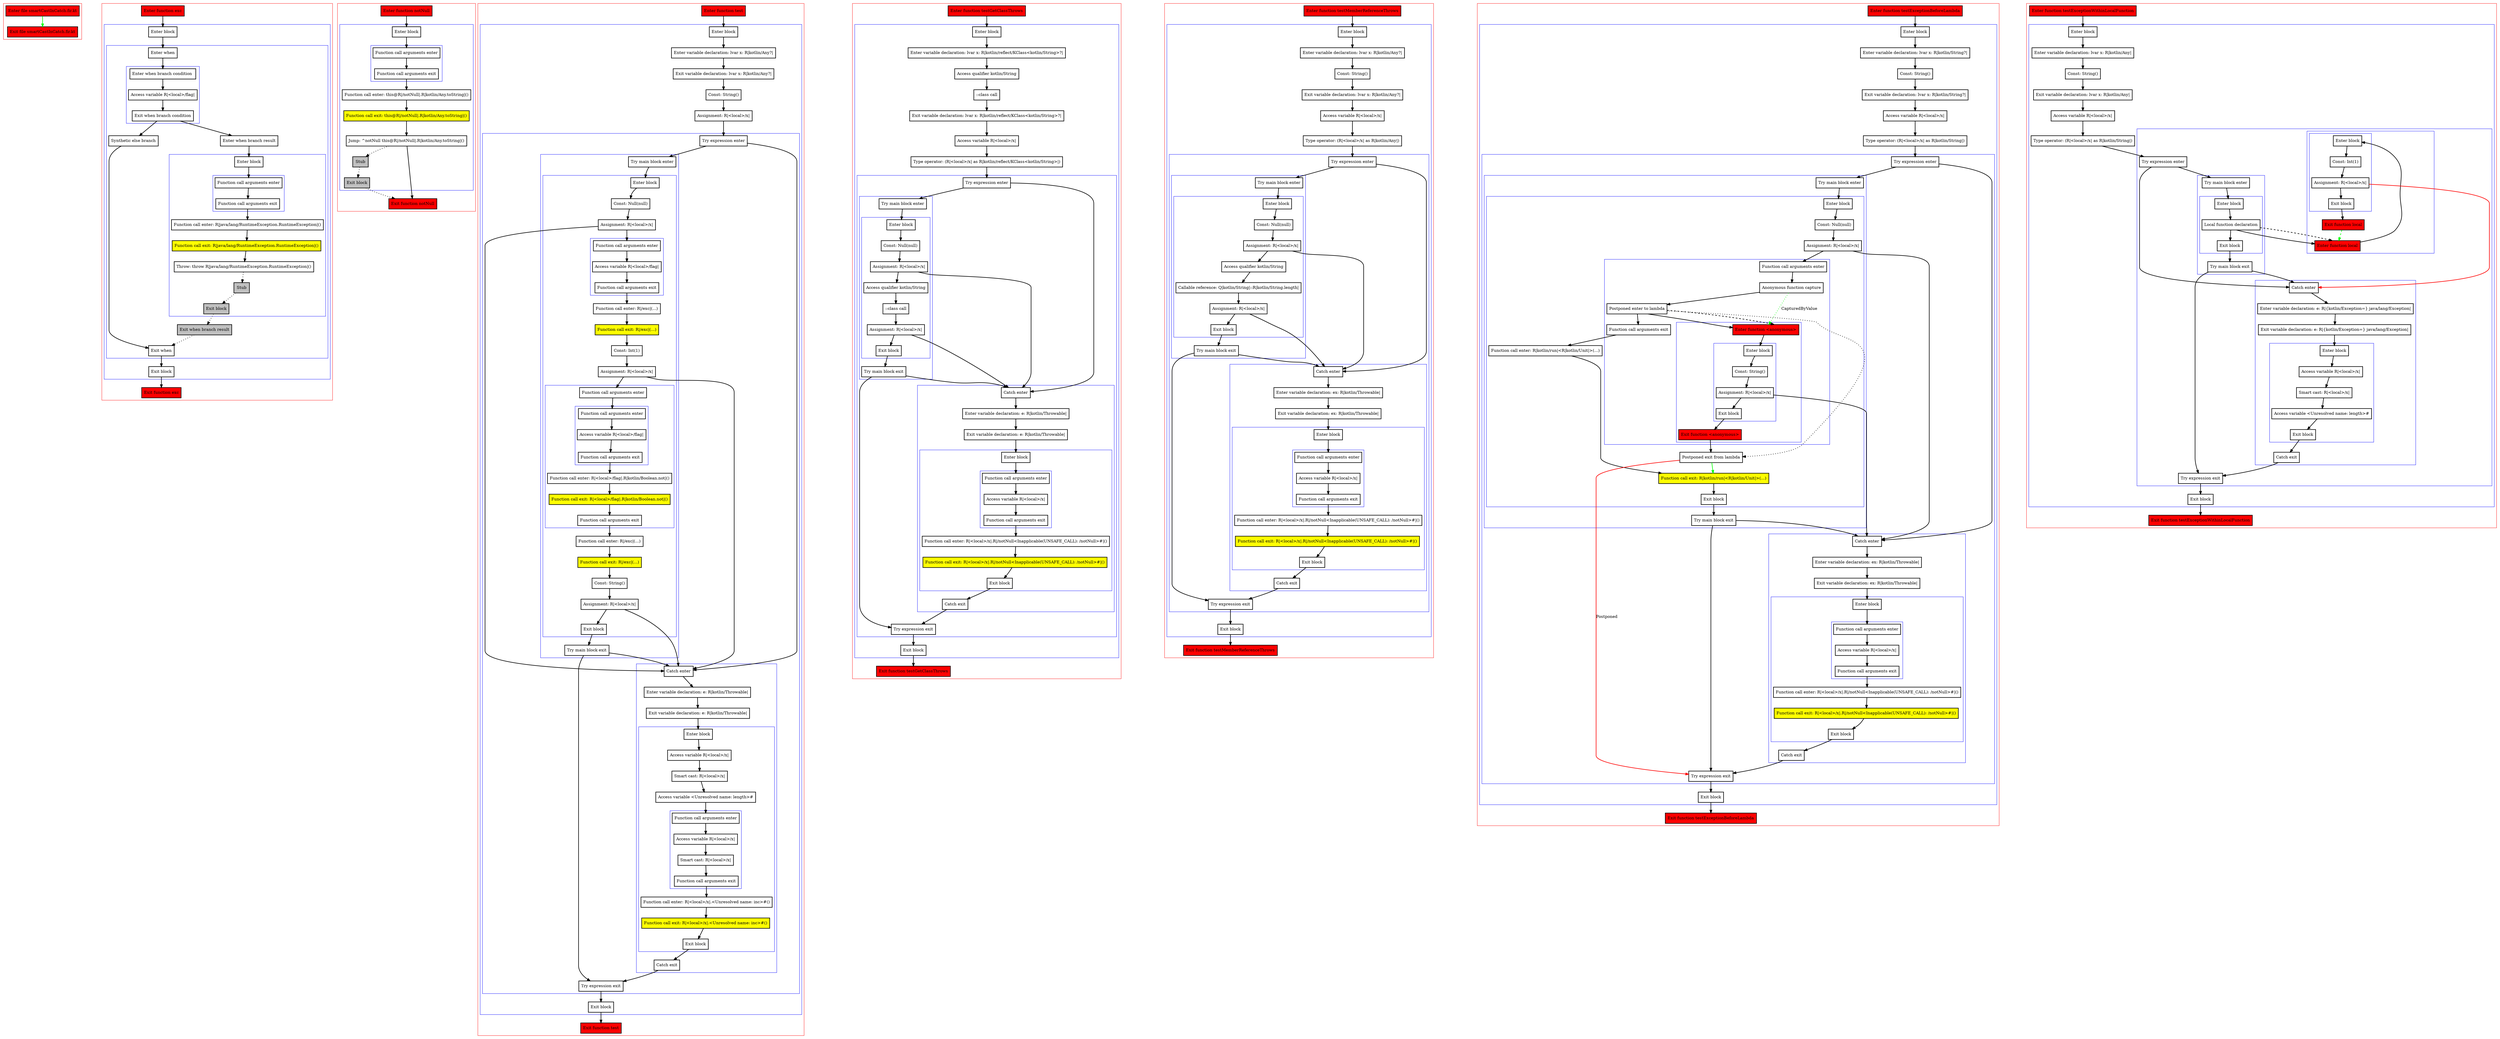
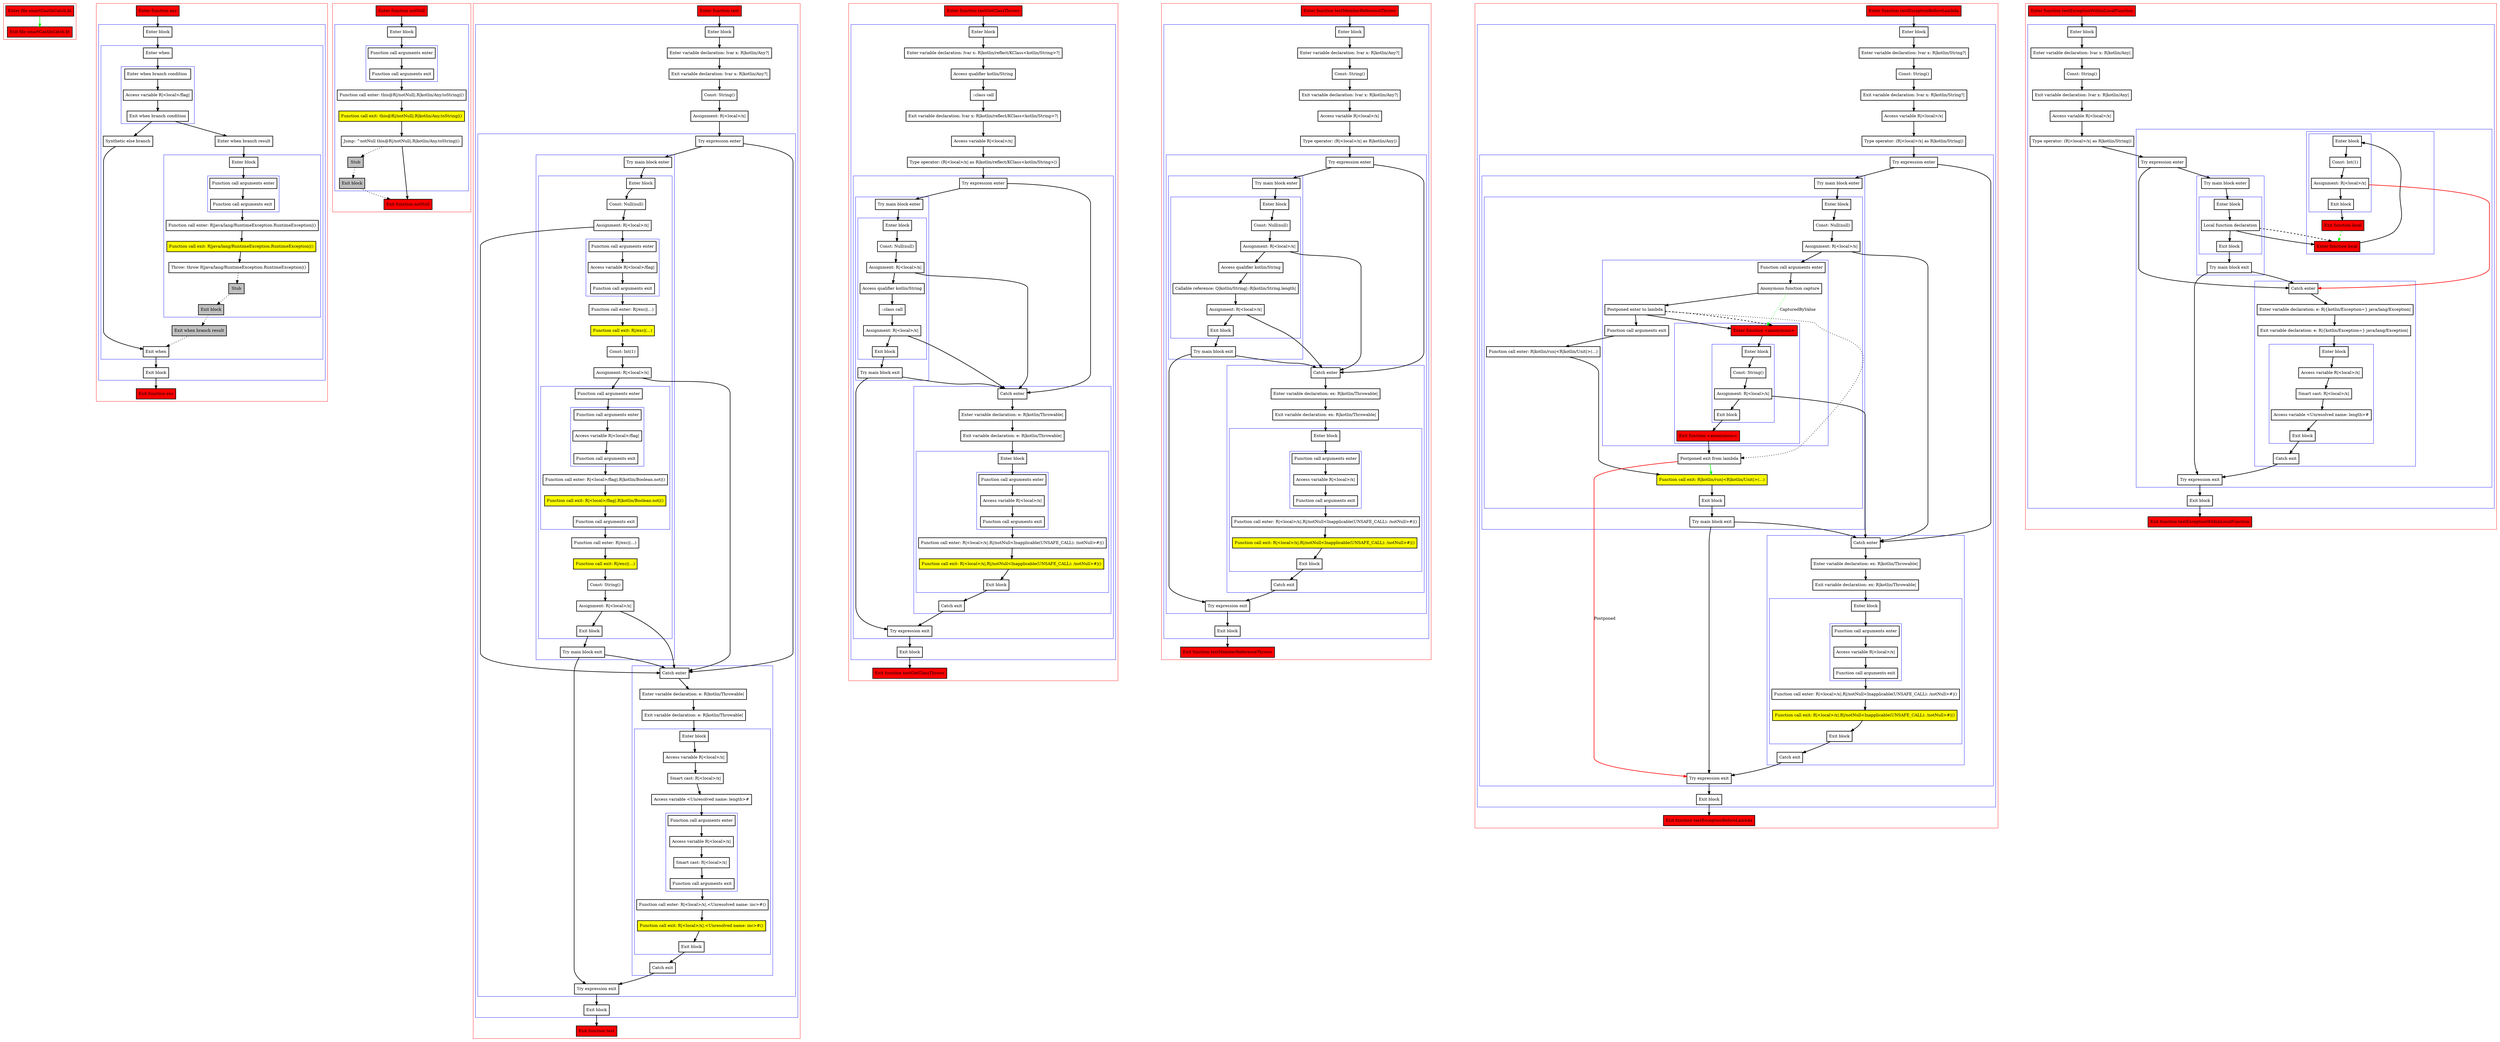
- digraph smartCastInCatch_fir_kt {
+ digraph smartCastInCatch_kt {
    graph [nodesep=3]
    node [shape=box penwidth=2]
    edge [penwidth=2]

    subgraph cluster_0 {
        color=red
-         0 [label="Enter file smartCastInCatch.fir.kt" style="filled" fillcolor=red];
-         1 [label="Exit file smartCastInCatch.fir.kt" style="filled" fillcolor=red];
+         0 [label="Enter file smartCastInCatch.kt" style="filled" fillcolor=red];
+         1 [label="Exit file smartCastInCatch.kt" style="filled" fillcolor=red];
    }
    0 -> {1} [color=green];

    subgraph cluster_1 {
        color=red
        2 [label="Enter function exc" style="filled" fillcolor=red];
        subgraph cluster_2 {
            color=blue
            3 [label="Enter block"];
            subgraph cluster_3 {
                color=blue
                4 [label="Enter when"];
                subgraph cluster_4 {
                    color=blue
                    5 [label="Enter when branch condition "];
                    6 [label="Access variable R|<local>/flag|"];
                    7 [label="Exit when branch condition"];
                }
                8 [label="Synthetic else branch"];
                9 [label="Enter when branch result"];
                subgraph cluster_5 {
                    color=blue
                    10 [label="Enter block"];
                    subgraph cluster_6 {
                        color=blue
                        11 [label="Function call arguments enter"];
                        12 [label="Function call arguments exit"];
                    }
                    13 [label="Function call enter: R|java/lang/RuntimeException.RuntimeException|()"];
                    14 [label="Function call exit: R|java/lang/RuntimeException.RuntimeException|()" style="filled" fillcolor=yellow];
                    15 [label="Throw: throw R|java/lang/RuntimeException.RuntimeException|()"];
                    16 [label="Stub" style="filled" fillcolor=gray];
                    17 [label="Exit block" style="filled" fillcolor=gray];
                }
                18 [label="Exit when branch result" style="filled" fillcolor=gray];
                19 [label="Exit when"];
            }
            20 [label="Exit block"];
        }
        21 [label="Exit function exc" style="filled" fillcolor=red];
    }
    2 -> {3};
    3 -> {4};
    4 -> {5};
    5 -> {6};
    6 -> {7};
    7 -> {8 9};
    8 -> {19};
    9 -> {10};
    10 -> {11};
    11 -> {12};
    12 -> {13};
    13 -> {14};
    14 -> {15};
    15 -> {16} [style=dotted];
    16 -> {17} [style=dotted];
    17 -> {18} [style=dotted];
    18 -> {19} [style=dotted];
    19 -> {20};
    20 -> {21};

    subgraph cluster_7 {
        color=red
        22 [label="Enter function notNull" style="filled" fillcolor=red];
        subgraph cluster_8 {
            color=blue
            23 [label="Enter block"];
            subgraph cluster_9 {
                color=blue
                24 [label="Function call arguments enter"];
                25 [label="Function call arguments exit"];
            }
            26 [label="Function call enter: this@R|/notNull|.R|kotlin/Any.toString|()"];
            27 [label="Function call exit: this@R|/notNull|.R|kotlin/Any.toString|()" style="filled" fillcolor=yellow];
            28 [label="Jump: ^notNull this@R|/notNull|.R|kotlin/Any.toString|()"];
            29 [label="Stub" style="filled" fillcolor=gray];
            30 [label="Exit block" style="filled" fillcolor=gray];
        }
        31 [label="Exit function notNull" style="filled" fillcolor=red];
    }
    22 -> {23};
    23 -> {24};
    24 -> {25};
    25 -> {26};
    26 -> {27};
    27 -> {28};
    28 -> {31};
    28 -> {29} [style=dotted];
    29 -> {30} [style=dotted];
    30 -> {31} [style=dotted];

    subgraph cluster_10 {
        color=red
        32 [label="Enter function test" style="filled" fillcolor=red];
        subgraph cluster_11 {
            color=blue
            33 [label="Enter block"];
            34 [label="Enter variable declaration: lvar x: R|kotlin/Any?|"];
            35 [label="Exit variable declaration: lvar x: R|kotlin/Any?|"];
            36 [label="Const: String()"];
            37 [label="Assignment: R|<local>/x|"];
            subgraph cluster_12 {
                color=blue
                38 [label="Try expression enter"];
                subgraph cluster_13 {
                    color=blue
                    39 [label="Try main block enter"];
                    subgraph cluster_14 {
                        color=blue
                        40 [label="Enter block"];
                        41 [label="Const: Null(null)"];
                        42 [label="Assignment: R|<local>/x|"];
                        subgraph cluster_15 {
                            color=blue
                            43 [label="Function call arguments enter"];
                            44 [label="Access variable R|<local>/flag|"];
                            45 [label="Function call arguments exit"];
                        }
                        46 [label="Function call enter: R|/exc|(...)"];
                        47 [label="Function call exit: R|/exc|(...)" style="filled" fillcolor=yellow];
                        48 [label="Const: Int(1)"];
                        49 [label="Assignment: R|<local>/x|"];
                        subgraph cluster_16 {
                            color=blue
                            50 [label="Function call arguments enter"];
                            subgraph cluster_17 {
                                color=blue
                                51 [label="Function call arguments enter"];
                                52 [label="Access variable R|<local>/flag|"];
                                53 [label="Function call arguments exit"];
                            }
                            54 [label="Function call enter: R|<local>/flag|.R|kotlin/Boolean.not|()"];
                            55 [label="Function call exit: R|<local>/flag|.R|kotlin/Boolean.not|()" style="filled" fillcolor=yellow];
                            56 [label="Function call arguments exit"];
                        }
                        57 [label="Function call enter: R|/exc|(...)"];
                        58 [label="Function call exit: R|/exc|(...)" style="filled" fillcolor=yellow];
                        59 [label="Const: String()"];
                        60 [label="Assignment: R|<local>/x|"];
                        61 [label="Exit block"];
                    }
                    62 [label="Try main block exit"];
                }
                subgraph cluster_18 {
                    color=blue
                    63 [label="Catch enter"];
                    64 [label="Enter variable declaration: e: R|kotlin/Throwable|"];
                    65 [label="Exit variable declaration: e: R|kotlin/Throwable|"];
                    subgraph cluster_19 {
                        color=blue
                        66 [label="Enter block"];
                        67 [label="Access variable R|<local>/x|"];
                        68 [label="Smart cast: R|<local>/x|"];
                        69 [label="Access variable <Unresolved name: length>#"];
                        subgraph cluster_20 {
                            color=blue
                            70 [label="Function call arguments enter"];
                            71 [label="Access variable R|<local>/x|"];
                            72 [label="Smart cast: R|<local>/x|"];
                            73 [label="Function call arguments exit"];
                        }
                        74 [label="Function call enter: R|<local>/x|.<Unresolved name: inc>#()"];
                        75 [label="Function call exit: R|<local>/x|.<Unresolved name: inc>#()" style="filled" fillcolor=yellow];
                        76 [label="Exit block"];
                    }
                    77 [label="Catch exit"];
                }
                78 [label="Try expression exit"];
            }
            79 [label="Exit block"];
        }
        80 [label="Exit function test" style="filled" fillcolor=red];
    }
    32 -> {33};
    33 -> {34};
    34 -> {35};
    35 -> {36};
    36 -> {37};
    37 -> {38};
    38 -> {39 63};
    39 -> {40};
    40 -> {41};
    41 -> {42};
    42 -> {43 63};
    43 -> {44};
    44 -> {45};
    45 -> {46};
    46 -> {47};
    47 -> {48};
    48 -> {49};
    49 -> {50 63};
    50 -> {51};
    51 -> {52};
    52 -> {53};
    53 -> {54};
    54 -> {55};
    55 -> {56};
    56 -> {57};
    57 -> {58};
    58 -> {59};
    59 -> {60};
    60 -> {61 63};
    61 -> {62};
    62 -> {63 78};
    63 -> {64};
    64 -> {65};
    65 -> {66};
    66 -> {67};
    67 -> {68};
    68 -> {69};
    69 -> {70};
    70 -> {71};
    71 -> {72};
    72 -> {73};
    73 -> {74};
    74 -> {75};
    75 -> {76};
    76 -> {77};
    77 -> {78};
    78 -> {79};
    79 -> {80};

    subgraph cluster_21 {
        color=red
        81 [label="Enter function testGetClassThrows" style="filled" fillcolor=red];
        subgraph cluster_22 {
            color=blue
            82 [label="Enter block"];
            83 [label="Enter variable declaration: lvar x: R|kotlin/reflect/KClass<kotlin/String>?|"];
            84 [label="Access qualifier kotlin/String"];
            85 [label="::class call"];
            86 [label="Exit variable declaration: lvar x: R|kotlin/reflect/KClass<kotlin/String>?|"];
            87 [label="Access variable R|<local>/x|"];
            88 [label="Type operator: (R|<local>/x| as R|kotlin/reflect/KClass<kotlin/String>|)"];
            subgraph cluster_23 {
                color=blue
                89 [label="Try expression enter"];
                subgraph cluster_24 {
                    color=blue
                    90 [label="Try main block enter"];
                    subgraph cluster_25 {
                        color=blue
                        91 [label="Enter block"];
                        92 [label="Const: Null(null)"];
                        93 [label="Assignment: R|<local>/x|"];
                        94 [label="Access qualifier kotlin/String"];
                        95 [label="::class call"];
                        96 [label="Assignment: R|<local>/x|"];
                        97 [label="Exit block"];
                    }
                    98 [label="Try main block exit"];
                }
                subgraph cluster_26 {
                    color=blue
                    99 [label="Catch enter"];
                    100 [label="Enter variable declaration: e: R|kotlin/Throwable|"];
                    101 [label="Exit variable declaration: e: R|kotlin/Throwable|"];
                    subgraph cluster_27 {
                        color=blue
                        102 [label="Enter block"];
                        subgraph cluster_28 {
                            color=blue
                            103 [label="Function call arguments enter"];
                            104 [label="Access variable R|<local>/x|"];
                            105 [label="Function call arguments exit"];
                        }
                        106 [label="Function call enter: R|<local>/x|.R|/notNull<Inapplicable(UNSAFE_CALL): /notNull>#|()"];
                        107 [label="Function call exit: R|<local>/x|.R|/notNull<Inapplicable(UNSAFE_CALL): /notNull>#|()" style="filled" fillcolor=yellow];
                        108 [label="Exit block"];
                    }
                    109 [label="Catch exit"];
                }
                110 [label="Try expression exit"];
            }
            111 [label="Exit block"];
        }
        112 [label="Exit function testGetClassThrows" style="filled" fillcolor=red];
    }
    81 -> {82};
    82 -> {83};
    83 -> {84};
    84 -> {85};
    85 -> {86};
    86 -> {87};
    87 -> {88};
    88 -> {89};
    89 -> {90 99};
    90 -> {91};
    91 -> {92};
    92 -> {93};
    93 -> {94 99};
    94 -> {95};
    95 -> {96};
    96 -> {97 99};
    97 -> {98};
    98 -> {99 110};
    99 -> {100};
    100 -> {101};
    101 -> {102};
    102 -> {103};
    103 -> {104};
    104 -> {105};
    105 -> {106};
    106 -> {107};
    107 -> {108};
    108 -> {109};
    109 -> {110};
    110 -> {111};
    111 -> {112};

    subgraph cluster_29 {
        color=red
        113 [label="Enter function testMemberReferenceThrows" style="filled" fillcolor=red];
        subgraph cluster_30 {
            color=blue
            114 [label="Enter block"];
            115 [label="Enter variable declaration: lvar x: R|kotlin/Any?|"];
            116 [label="Const: String()"];
            117 [label="Exit variable declaration: lvar x: R|kotlin/Any?|"];
            118 [label="Access variable R|<local>/x|"];
            119 [label="Type operator: (R|<local>/x| as R|kotlin/Any|)"];
            subgraph cluster_31 {
                color=blue
                120 [label="Try expression enter"];
                subgraph cluster_32 {
                    color=blue
                    121 [label="Try main block enter"];
                    subgraph cluster_33 {
                        color=blue
                        122 [label="Enter block"];
                        123 [label="Const: Null(null)"];
                        124 [label="Assignment: R|<local>/x|"];
                        125 [label="Access qualifier kotlin/String"];
                        126 [label="Callable reference: Q|kotlin/String|::R|kotlin/String.length|"];
                        127 [label="Assignment: R|<local>/x|"];
                        128 [label="Exit block"];
                    }
                    129 [label="Try main block exit"];
                }
                subgraph cluster_34 {
                    color=blue
                    130 [label="Catch enter"];
                    131 [label="Enter variable declaration: ex: R|kotlin/Throwable|"];
                    132 [label="Exit variable declaration: ex: R|kotlin/Throwable|"];
                    subgraph cluster_35 {
                        color=blue
                        133 [label="Enter block"];
                        subgraph cluster_36 {
                            color=blue
                            134 [label="Function call arguments enter"];
                            135 [label="Access variable R|<local>/x|"];
                            136 [label="Function call arguments exit"];
                        }
                        137 [label="Function call enter: R|<local>/x|.R|/notNull<Inapplicable(UNSAFE_CALL): /notNull>#|()"];
                        138 [label="Function call exit: R|<local>/x|.R|/notNull<Inapplicable(UNSAFE_CALL): /notNull>#|()" style="filled" fillcolor=yellow];
                        139 [label="Exit block"];
                    }
                    140 [label="Catch exit"];
                }
                141 [label="Try expression exit"];
            }
            142 [label="Exit block"];
        }
        143 [label="Exit function testMemberReferenceThrows" style="filled" fillcolor=red];
    }
    113 -> {114};
    114 -> {115};
    115 -> {116};
    116 -> {117};
    117 -> {118};
    118 -> {119};
    119 -> {120};
    120 -> {121 130};
    121 -> {122};
    122 -> {123};
    123 -> {124};
    124 -> {125 130};
    125 -> {126};
    126 -> {127};
    127 -> {128 130};
    128 -> {129};
    129 -> {130 141};
    130 -> {131};
    131 -> {132};
    132 -> {133};
    133 -> {134};
    134 -> {135};
    135 -> {136};
    136 -> {137};
    137 -> {138};
    138 -> {139};
    139 -> {140};
    140 -> {141};
    141 -> {142};
    142 -> {143};

    subgraph cluster_37 {
        color=red
        144 [label="Enter function testExceptionBeforeLambda" style="filled" fillcolor=red];
        subgraph cluster_38 {
            color=blue
            145 [label="Enter block"];
            146 [label="Enter variable declaration: lvar x: R|kotlin/String?|"];
            147 [label="Const: String()"];
            148 [label="Exit variable declaration: lvar x: R|kotlin/String?|"];
            149 [label="Access variable R|<local>/x|"];
            150 [label="Type operator: (R|<local>/x| as R|kotlin/String|)"];
            subgraph cluster_39 {
                color=blue
                151 [label="Try expression enter"];
                subgraph cluster_40 {
                    color=blue
                    152 [label="Try main block enter"];
                    subgraph cluster_41 {
                        color=blue
                        153 [label="Enter block"];
                        154 [label="Const: Null(null)"];
                        155 [label="Assignment: R|<local>/x|"];
                        subgraph cluster_42 {
                            color=blue
                            156 [label="Function call arguments enter"];
                            157 [label="Anonymous function capture"];
                            158 [label="Postponed enter to lambda"];
                            subgraph cluster_43 {
                                color=blue
                                159 [label="Enter function <anonymous>" style="filled" fillcolor=red];
                                subgraph cluster_44 {
                                    color=blue
                                    160 [label="Enter block"];
                                    161 [label="Const: String()"];
                                    162 [label="Assignment: R|<local>/x|"];
                                    163 [label="Exit block"];
                                }
                                164 [label="Exit function <anonymous>" style="filled" fillcolor=red];
                            }
                            165 [label="Function call arguments exit"];
                        }
                        166 [label="Function call enter: R|kotlin/run|<R|kotlin/Unit|>(...)"];
                        167 [label="Postponed exit from lambda"];
                        168 [label="Function call exit: R|kotlin/run|<R|kotlin/Unit|>(...)" style="filled" fillcolor=yellow];
                        169 [label="Exit block"];
                    }
                    170 [label="Try main block exit"];
                }
                subgraph cluster_45 {
                    color=blue
                    171 [label="Catch enter"];
                    172 [label="Enter variable declaration: ex: R|kotlin/Throwable|"];
                    173 [label="Exit variable declaration: ex: R|kotlin/Throwable|"];
                    subgraph cluster_46 {
                        color=blue
                        174 [label="Enter block"];
                        subgraph cluster_47 {
                            color=blue
                            175 [label="Function call arguments enter"];
                            176 [label="Access variable R|<local>/x|"];
                            177 [label="Function call arguments exit"];
                        }
                        178 [label="Function call enter: R|<local>/x|.R|/notNull<Inapplicable(UNSAFE_CALL): /notNull>#|()"];
                        179 [label="Function call exit: R|<local>/x|.R|/notNull<Inapplicable(UNSAFE_CALL): /notNull>#|()" style="filled" fillcolor=yellow];
                        180 [label="Exit block"];
                    }
                    181 [label="Catch exit"];
                }
                182 [label="Try expression exit"];
            }
            183 [label="Exit block"];
        }
        184 [label="Exit function testExceptionBeforeLambda" style="filled" fillcolor=red];
    }
    144 -> {145};
    145 -> {146};
    146 -> {147};
    147 -> {148};
    148 -> {149};
    149 -> {150};
    150 -> {151};
    151 -> {152 171};
    152 -> {153};
    153 -> {154};
    154 -> {155};
    155 -> {156 171};
    156 -> {157};
    157 -> {158};
    157 -> {159} [color=green style=dotted label="CapturedByValue"];
    158 -> {159 165};
    158 -> {167} [style=dotted];
    158 -> {159} [style=dashed];
    159 -> {160};
    160 -> {161};
    161 -> {162};
    162 -> {163 171};
    163 -> {164};
    164 -> {167};
    165 -> {166};
    166 -> {168};
    167 -> {168} [color=green];
    167 -> {182} [color=red label="Postponed"];
    168 -> {169};
    169 -> {170};
    170 -> {171 182};
    171 -> {172};
    172 -> {173};
    173 -> {174};
    174 -> {175};
    175 -> {176};
    176 -> {177};
    177 -> {178};
    178 -> {179};
    179 -> {180};
    180 -> {181};
    181 -> {182};
    182 -> {183};
    183 -> {184};

    subgraph cluster_48 {
        color=red
        185 [label="Enter function testExceptionWithinLocalFunction" style="filled" fillcolor=red];
        subgraph cluster_49 {
            color=blue
            186 [label="Enter block"];
            187 [label="Enter variable declaration: lvar x: R|kotlin/Any|"];
            188 [label="Const: String()"];
            189 [label="Exit variable declaration: lvar x: R|kotlin/Any|"];
            190 [label="Access variable R|<local>/x|"];
            191 [label="Type operator: (R|<local>/x| as R|kotlin/String|)"];
            subgraph cluster_50 {
                color=blue
                192 [label="Try expression enter"];
                subgraph cluster_51 {
                    color=blue
                    193 [label="Try main block enter"];
                    subgraph cluster_52 {
                        color=blue
                        194 [label="Enter block"];
                        195 [label="Local function declaration"];
                        196 [label="Exit block"];
                    }
                    197 [label="Try main block exit"];
                }
                subgraph cluster_53 {
                    color=blue
                    198 [label="Enter function local" style="filled" fillcolor=red];
                    subgraph cluster_54 {
                        color=blue
                        199 [label="Enter block"];
                        200 [label="Const: Int(1)"];
                        201 [label="Assignment: R|<local>/x|"];
                        202 [label="Exit block"];
                    }
                    203 [label="Exit function local" style="filled" fillcolor=red];
                }
                subgraph cluster_55 {
                    color=blue
                    204 [label="Catch enter"];
                    205 [label="Enter variable declaration: e: R|{kotlin/Exception=} java/lang/Exception|"];
                    206 [label="Exit variable declaration: e: R|{kotlin/Exception=} java/lang/Exception|"];
                    subgraph cluster_56 {
                        color=blue
                        207 [label="Enter block"];
                        208 [label="Access variable R|<local>/x|"];
                        209 [label="Smart cast: R|<local>/x|"];
                        210 [label="Access variable <Unresolved name: length>#"];
                        211 [label="Exit block"];
                    }
                    212 [label="Catch exit"];
                }
                213 [label="Try expression exit"];
            }
            214 [label="Exit block"];
        }
        215 [label="Exit function testExceptionWithinLocalFunction" style="filled" fillcolor=red];
    }
    185 -> {186};
    186 -> {187};
    187 -> {188};
    188 -> {189};
    189 -> {190};
    190 -> {191};
    191 -> {192};
    192 -> {193 204};
    193 -> {194};
    194 -> {195};
    195 -> {196 198};
    195 -> {198} [style=dashed];
    196 -> {197};
    197 -> {204 213};
    198 -> {199};
    199 -> {200};
    200 -> {201};
    201 -> {202};
    201 -> {204} [color=red];
    202 -> {203};
    203 -> {198} [color=green style=dashed];
    204 -> {205};
    205 -> {206};
    206 -> {207};
    207 -> {208};
    208 -> {209};
    209 -> {210};
    210 -> {211};
    211 -> {212};
    212 -> {213};
    213 -> {214};
    214 -> {215};

}
